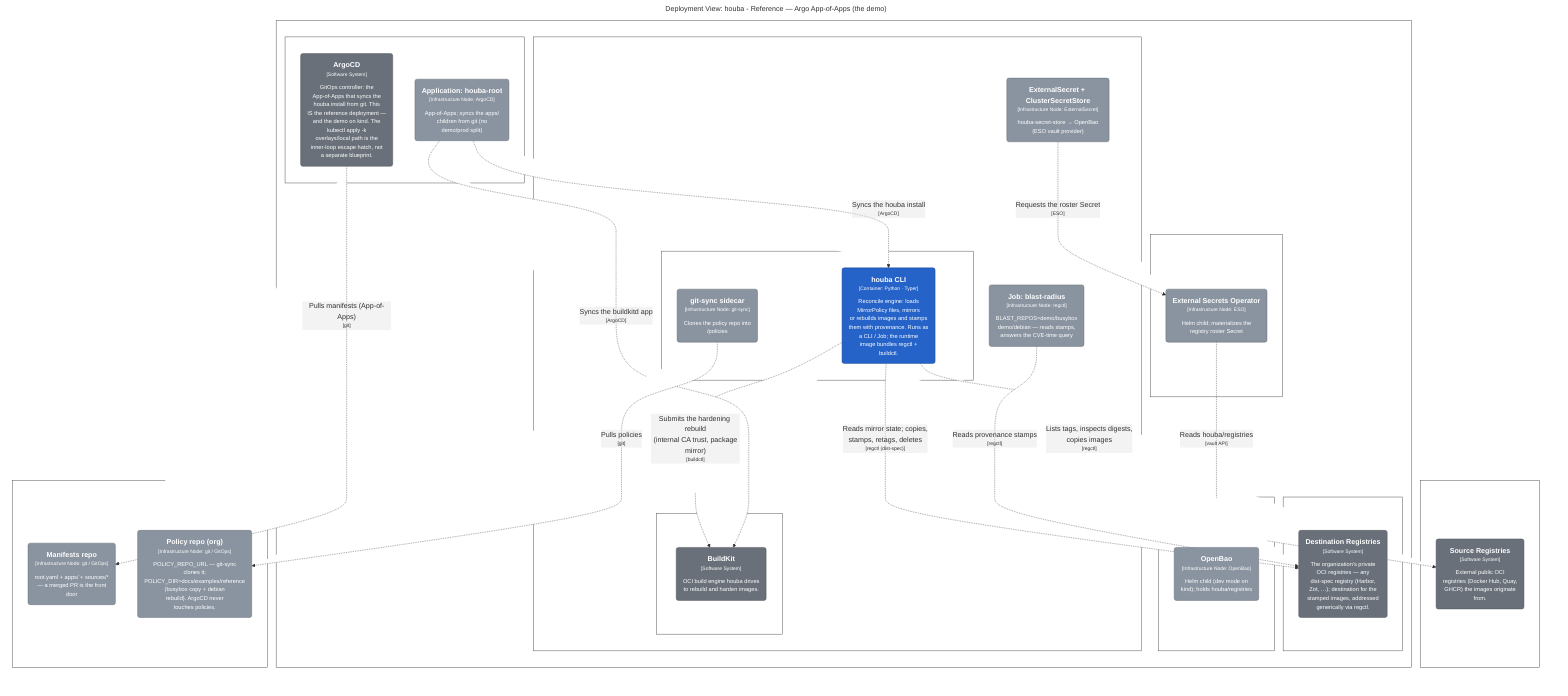
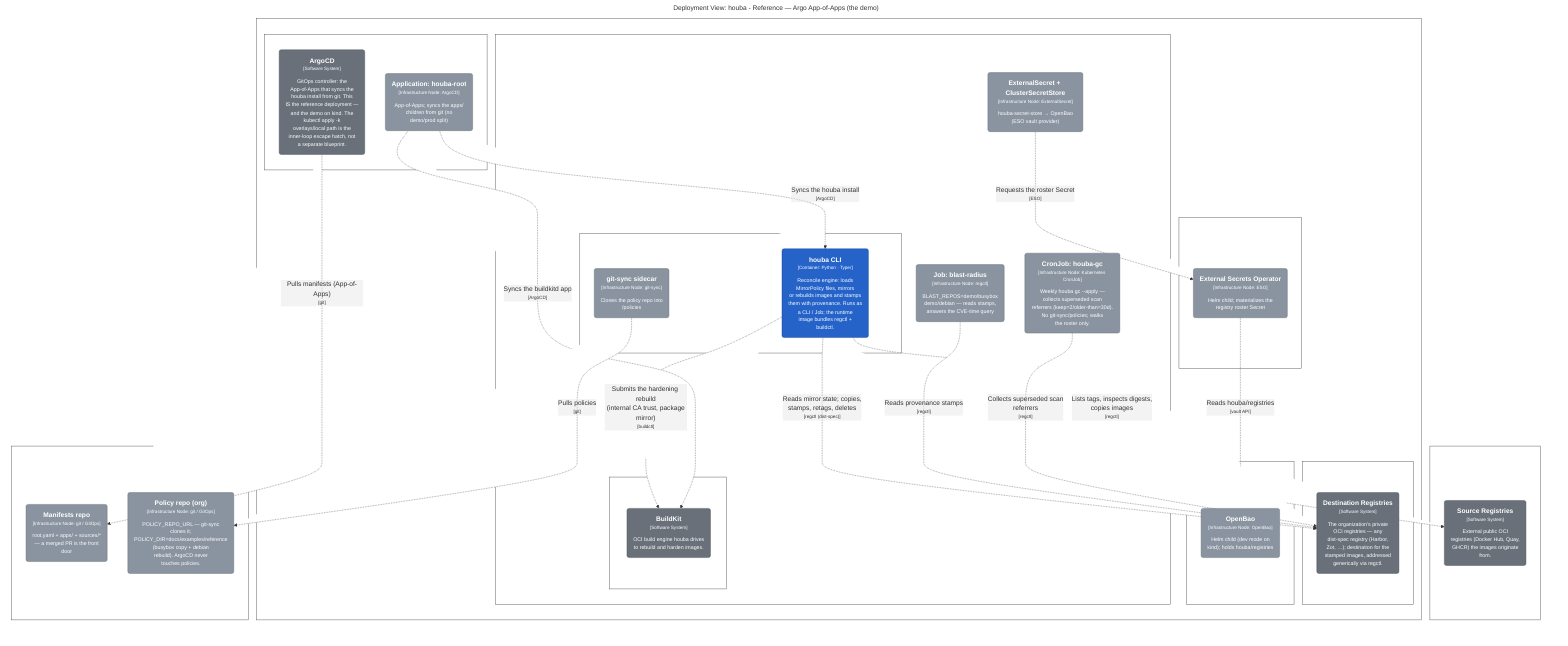
graph LR
  linkStyle default fill:#ffffff

  subgraph diagram ["Deployment View: houba - Reference — Argo App-of-Apps (the demo)"]
    style diagram fill:#ffffff,stroke:#ffffff

    subgraph 149 ["Git host"]
      style 149 fill:#ffffff,stroke:#444444,color:#ffffff

      150("<div style='font-weight: bold'>Manifests repo</div><div style='font-size: 70%; margin-top: 0px'>[Infrastructure Node: git / GitOps]</div><div style='font-size: 80%; margin-top:10px'>root.yaml + apps/ + sources/*<br />— a merged PR is the front<br />door</div>")
      style 150 fill:#8a94a0,stroke:#606770,color:#ffffff
      151("<div style='font-weight: bold'>Policy repo (org)</div><div style='font-size: 70%; margin-top: 0px'>[Infrastructure Node: git / GitOps]</div><div style='font-size: 80%; margin-top:10px'>POLICY_REPO_URL — git-sync<br />clones it;<br />POLICY_DIR=docs/examples/reference<br />(busybox copy + debian<br />rebuild). ArgoCD never<br />touches policies.</div>")
      style 151 fill:#8a94a0,stroke:#606770,color:#ffffff
    end

    subgraph 152 ["Kubernetes cluster"]
      style 152 fill:#ffffff,stroke:#444444,color:#ffffff

      subgraph 153 ["namespace: argocd"]
        style 153 fill:#ffffff,stroke:#444444,color:#ffffff

        154("<div style='font-weight: bold'>Application: houba-root</div><div style='font-size: 70%; margin-top: 0px'>[Infrastructure Node: ArgoCD]</div><div style='font-size: 80%; margin-top:10px'>App-of-Apps; syncs the apps/<br />children from git (no<br />demo/prod split)</div>")
        style 154 fill:#8a94a0,stroke:#606770,color:#ffffff
        155("<div style='font-weight: bold'>ArgoCD</div><div style='font-size: 70%; margin-top: 0px'>[Software System]</div><div style='font-size: 80%; margin-top:10px'>GitOps controller: the<br />App-of-Apps that syncs the<br />houba install from git. This<br />IS the reference deployment —<br />and the demo on kind. The<br />kubectl apply -k<br />overlays/local path is the<br />inner-loop escape hatch, not<br />a separate blueprint.</div>")
        style 155 fill:#69707a,stroke:#494e55,color:#ffffff
      end

      subgraph 156 ["namespace: houba"]
        style 156 fill:#ffffff,stroke:#444444,color:#ffffff

        subgraph 157 ["CronJob: houba-reconcile"]
          style 157 fill:#ffffff,stroke:#444444,color:#ffffff

          158("<div style='font-weight: bold'>houba CLI</div><div style='font-size: 70%; margin-top: 0px'>[Container: Python · Typer]</div><div style='font-size: 80%; margin-top:10px'>Reconcile engine: loads<br />MirrorPolicy files, mirrors<br />or rebuilds images and stamps<br />them with provenance. Runs as<br />a CLI / Job; the runtime<br />image bundles regctl +<br />buildctl.</div>")
          style 158 fill:#2563c9,stroke:#19458c,color:#ffffff
          159("<div style='font-weight: bold'>git-sync sidecar</div><div style='font-size: 70%; margin-top: 0px'>[Infrastructure Node: git-sync]</div><div style='font-size: 80%; margin-top:10px'>Clones the policy repo into<br />/policies</div>")
          style 159 fill:#8a94a0,stroke:#606770,color:#ffffff
        end

        subgraph 160 ["Deployment: buildkitd (own app)"]
          style 160 fill:#ffffff,stroke:#444444,color:#ffffff

          161("<div style='font-weight: bold'>BuildKit</div><div style='font-size: 70%; margin-top: 0px'>[Software System]</div><div style='font-size: 80%; margin-top:10px'>OCI build engine houba drives<br />to rebuild and harden images.</div>")
          style 161 fill:#69707a,stroke:#494e55,color:#ffffff
        end

        163("<div style='font-weight: bold'>ExternalSecret + ClusterSecretStore</div><div style='font-size: 70%; margin-top: 0px'>[Infrastructure Node: ExternalSecret]</div><div style='font-size: 80%; margin-top:10px'>houba-secret-store → OpenBao<br />(ESO vault provider)</div>")
        style 163 fill:#8a94a0,stroke:#606770,color:#ffffff
        164("<div style='font-weight: bold'>Job: blast-radius</div><div style='font-size: 70%; margin-top: 0px'>[Infrastructure Node: regctl]</div><div style='font-size: 80%; margin-top:10px'>BLAST_REPOS=demo/busybox<br />demo/debian — reads stamps,<br />answers the CVE-time query</div>")
        style 164 fill:#8a94a0,stroke:#606770,color:#ffffff
+         171("<div style='font-weight: bold'>CronJob: houba-gc</div><div style='font-size: 70%; margin-top: 0px'>[Infrastructure Node: Kubernetes CronJob]</div><div style='font-size: 80%; margin-top:10px'>Weekly houba gc --apply —<br />collects superseded scan<br />referrers (keep=2/older-than=30d).<br />No git-sync/policies; walks<br />the roster only.</div>")
+         style 171 fill:#8a94a0,stroke:#606770,color:#ffffff
      end

      subgraph 165 ["namespace: external-secrets"]
        style 165 fill:#ffffff,stroke:#444444,color:#ffffff

        166("<div style='font-weight: bold'>External Secrets Operator</div><div style='font-size: 70%; margin-top: 0px'>[Infrastructure Node: ESO]</div><div style='font-size: 80%; margin-top:10px'>Helm child; materializes the<br />registry roster Secret</div>")
        style 166 fill:#8a94a0,stroke:#606770,color:#ffffff
      end

      subgraph 167 ["namespace: openbao"]
        style 167 fill:#ffffff,stroke:#444444,color:#ffffff

        168("<div style='font-weight: bold'>OpenBao</div><div style='font-size: 70%; margin-top: 0px'>[Infrastructure Node: OpenBao]</div><div style='font-size: 80%; margin-top:10px'>Helm child (dev mode on<br />kind); holds houba/registries</div>")
        style 168 fill:#8a94a0,stroke:#606770,color:#ffffff
      end

      subgraph 169 ["namespace: registry"]
        style 169 fill:#ffffff,stroke:#444444,color:#ffffff

        170("<div style='font-weight: bold'>Destination Registries</div><div style='font-size: 70%; margin-top: 0px'>[Software System]</div><div style='font-size: 80%; margin-top:10px'>The organization's private<br />OCI registries — any<br />dist-spec registry (Harbor,<br />Zot, …); destination for the<br />stamped images, addressed<br />generically via regctl.</div>")
        style 170 fill:#69707a,stroke:#494e55,color:#ffffff
      end

    end

    subgraph 172 ["Internet / org network"]
      style 172 fill:#ffffff,stroke:#444444,color:#ffffff

      173("<div style='font-weight: bold'>Source Registries</div><div style='font-size: 70%; margin-top: 0px'>[Software System]</div><div style='font-size: 80%; margin-top:10px'>External public OCI<br />registries (Docker Hub, Quay,<br />GHCR) the images originate<br />from.</div>")
      style 173 fill:#69707a,stroke:#494e55,color:#ffffff
    end

    158-. "<div>Submits the hardening rebuild<br />(internal CA trust, package<br />mirror)</div><div style='font-size: 70%'>[buildctl]</div>" .->161
    158-. "<div>Reads mirror state; copies,<br />stamps, retags, deletes</div><div style='font-size: 70%'>[regctl (dist-spec)]</div>" .->170
    158-. "<div>Lists tags, inspects digests,<br />copies images</div><div style='font-size: 70%'>[regctl]</div>" .->173
    155-. "<div>Pulls manifests (App-of-Apps)</div><div style='font-size: 70%'>[git]</div>" .->150
    154-. "<div>Syncs the houba install</div><div style='font-size: 70%'>[ArgoCD]</div>" .->158
    154-. "<div>Syncs the buildkitd app</div><div style='font-size: 70%'>[ArgoCD]</div>" .->161
    166-. "<div>Reads houba/registries</div><div style='font-size: 70%'>[vault API]</div>" .->168
    163-. "<div>Requests the roster Secret</div><div style='font-size: 70%'>[ESO]</div>" .->166
    159-. "<div>Pulls policies</div><div style='font-size: 70%'>[git]</div>" .->151
    164-. "<div>Reads provenance stamps</div><div style='font-size: 70%'>[regctl]</div>" .->170
+     171-. "<div>Collects superseded scan<br />referrers</div><div style='font-size: 70%'>[regctl]</div>" .->170

  end